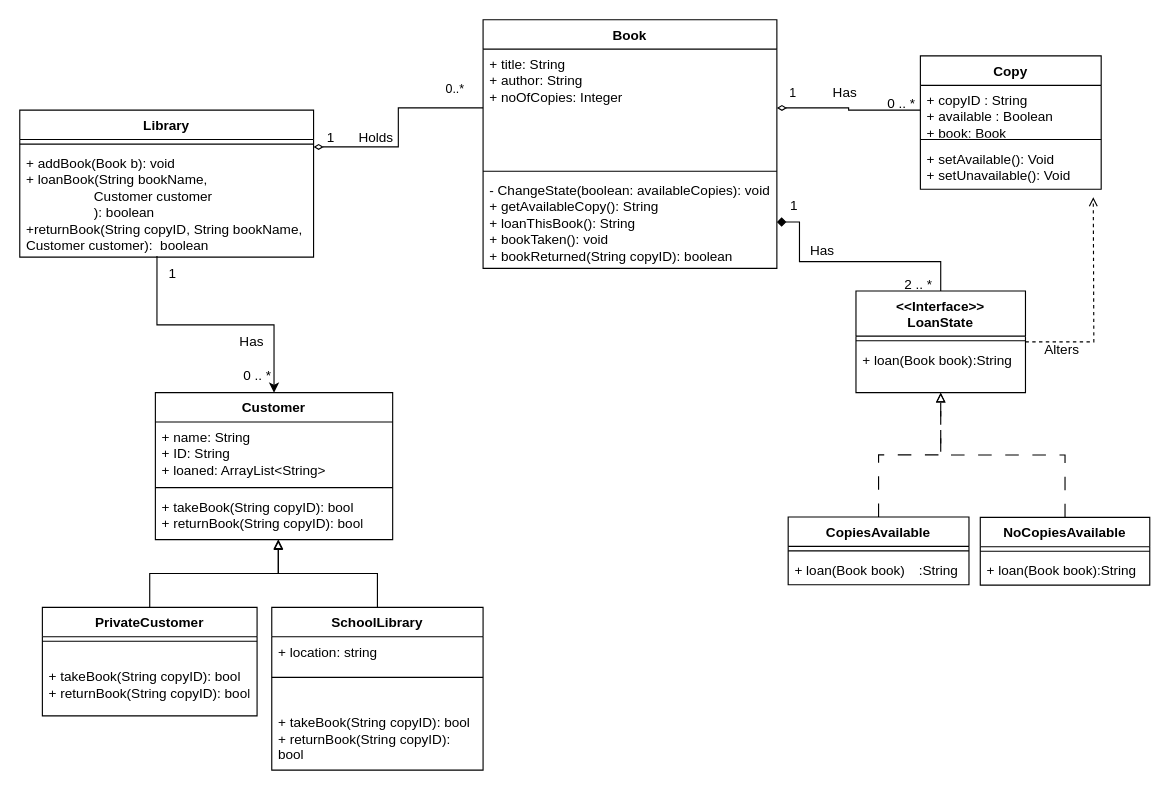
Joerond-Bidenel/SDMLabSession keeps this draw.io diagram as page "Page-3" (3 of 5) of UML/Starter.drawio. Above is the earlier version. Source tidied: cells renumbered, new cells numbered last; positions are measured from the earlier drawing's top-left corner, leaving out a move shared by most shapes. Both pictures are drawn from the tidied source at 113%, with x=0, y=0 at pixel (19, 19).
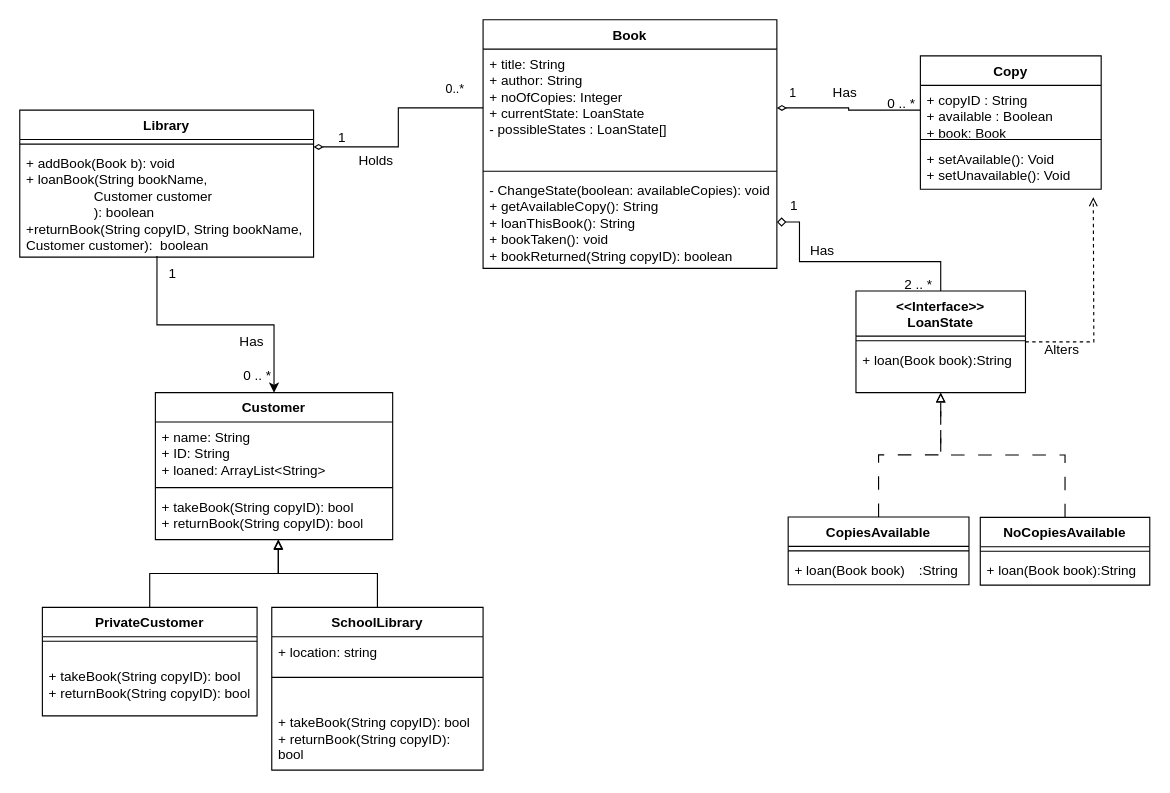
The same page after the edit.

The change refers to these unchanged cells:
```xml
<mxCell id="5" value="Book" style="swimlane;fontStyle=1;align=center;verticalAlign=top;horizontal=1;startSize=26;whiteSpace=wrap;html=1;" parent="1" vertex="1">
  <mxGeometry x="410" width="260" height="220" as="geometry" />
</mxCell>
<mxCell id="8" value="&lt;div&gt;&lt;div&gt;- ChangeState(boolean: availableCopies): void&lt;/div&gt;&lt;/div&gt;&lt;div&gt;+ getAvailableCopy(): String&lt;/div&gt;&lt;div&gt;+ loanThisBook(): String&lt;/div&gt;&lt;div&gt;+ bookTaken(): void&lt;/div&gt;&lt;div&gt;+ bookReturned(String copyID): boolean&lt;/div&gt;" style="text;strokeColor=none;fillColor=none;align=left;verticalAlign=top;spacingLeft=4;spacingRight=4;overflow=hidden;points=[[0,0.5],[1,0.5]];portConstraint=eastwest;whiteSpace=wrap;html=1;" parent="5" vertex="1">
  <mxGeometry y="138" width="260" height="82" as="geometry" />
</mxCell>
<mxCell id="18" value="&amp;lt;&amp;lt;Interface&amp;gt;&amp;gt;&lt;div&gt;LoanState&lt;/div&gt;&lt;div&gt;&lt;br&gt;&lt;/div&gt;&lt;div&gt;&lt;br&gt;&lt;/div&gt;&lt;div&gt;&lt;br&gt;&lt;/div&gt;" style="swimlane;fontStyle=1;align=center;verticalAlign=top;horizontal=1;startSize=40;whiteSpace=wrap;html=1;" parent="1" vertex="1">
  <mxGeometry x="740" y="240" width="150" height="90" as="geometry" />
</mxCell>
```

What changed in the source:
```diff
@@
-    <mxCell id="6" value="+ title: String&lt;div&gt;+ author: String&lt;/div&gt;&lt;div&gt;+ noOfCopies: Integer&lt;/div&gt;&lt;div&gt;&lt;br&gt;&lt;/div&gt;" style="text;strokeColor=none;fillColor=none;align=left;verticalAlign=top;spacingLeft=4;spacingRight=4;overflow=hidden;points=[[0,0.5],[1,0.5]];portConstraint=eastwest;whiteSpace=wrap;html=1;" parent="5" vertex="1">
+    <mxCell id="6" value="+ title: String&lt;div&gt;+ author: String&lt;/div&gt;&lt;div&gt;+ noOfCopies: Integer&lt;/div&gt;&lt;div&gt;+ currentState: LoanState&lt;/div&gt;&lt;div&gt;- possibleStates : LoanState[]&lt;/div&gt;" style="text;strokeColor=none;fillColor=none;align=left;verticalAlign=top;spacingLeft=4;spacingRight=4;overflow=hidden;points=[[0,0.5],[1,0.5]];portConstraint=eastwest;whiteSpace=wrap;html=1;" parent="5" vertex="1">
       <mxGeometry y="26" width="260" height="104" as="geometry" />
     </mxCell>
@@
     <mxCell id="11" value="1" style="text;html=1;align=center;verticalAlign=middle;strokeColor=none;fillColor=none;" parent="1" vertex="1">
-      <mxGeometry x="260" y="90" width="30" height="30" as="geometry" />
+      <mxGeometry x="270" y="90" width="30" height="30" as="geometry" />
     </mxCell>
@@
-    <mxCell id="36" style="edgeStyle=orthogonalEdgeStyle;rounded=0;jettySize=auto;html=1;exitX=0.5;exitY=0;exitDx=0;exitDy=0;endArrow=diamond;endFill=1;entryX=1;entryY=0.5;entryDx=0;entryDy=0;" parent="1" edge="1" source="18" target="8">
+    <mxCell id="36" style="edgeStyle=orthogonalEdgeStyle;rounded=0;jettySize=auto;html=1;exitX=0.5;exitY=0;exitDx=0;exitDy=0;endArrow=diamond;endFill=0;entryX=1;entryY=0.5;entryDx=0;entryDy=0;" parent="1" edge="1" source="18" target="8">
       <mxGeometry relative="1" as="geometry">
         <Array as="points">
           <mxPoint x="795" y="214" />
           <mxPoint x="690" y="214" />
           <mxPoint x="690" y="174" />
         </Array>
       </mxGeometry>
     </mxCell>
     <mxCell id="37" value="Holds" style="text;html=1;align=center;verticalAlign=middle;strokeColor=none;fillColor=none;" parent="1" vertex="1">
-      <mxGeometry x="290" y="90" width="50" height="30" as="geometry" />
+      <mxGeometry x="290" y="110" width="50" height="30" as="geometry" />
     </mxCell>
```
